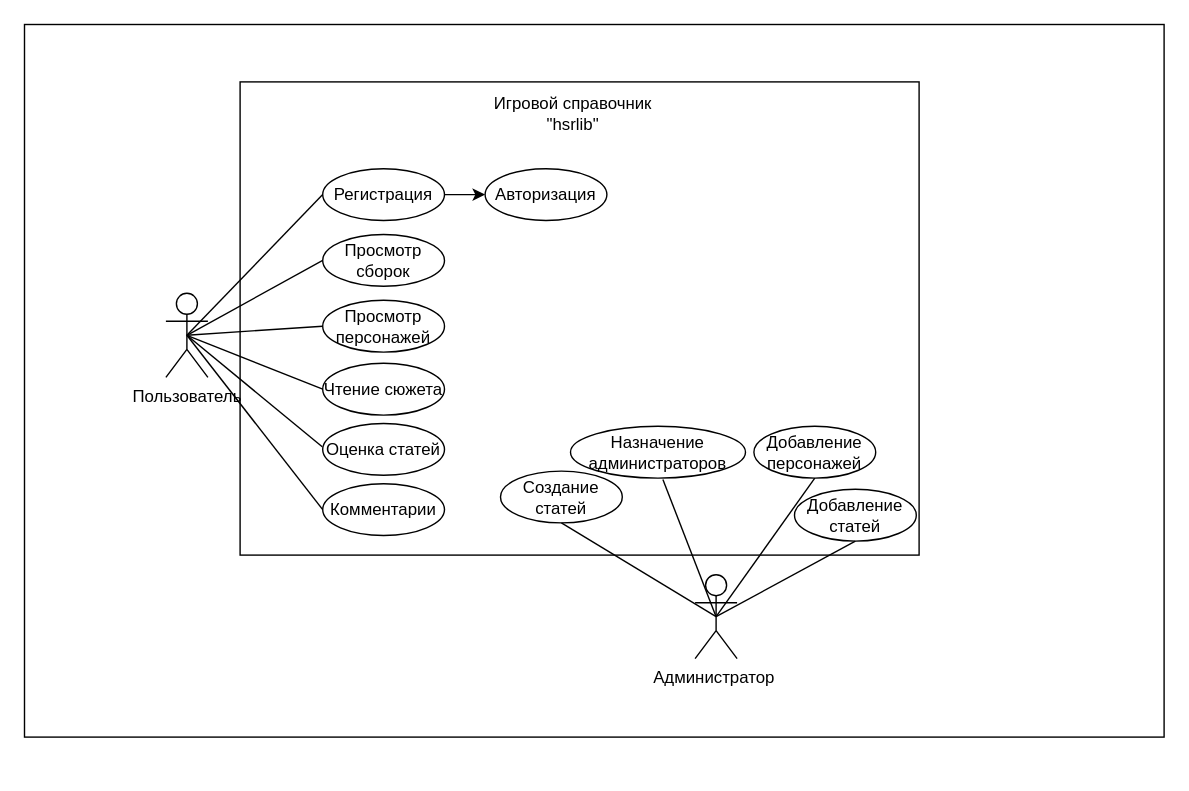
This is преенденты.drawio from Tunez666/hsr, a draw.io file, before an edit. Source tidied: cells renumbered, new cells numbered last; positions are measured from the earlier drawing's top-left corner, leaving out a move shared by most shapes. Both pictures are drawn from the tidied source at 140%, with x=0, y=0 at pixel (24, 24).
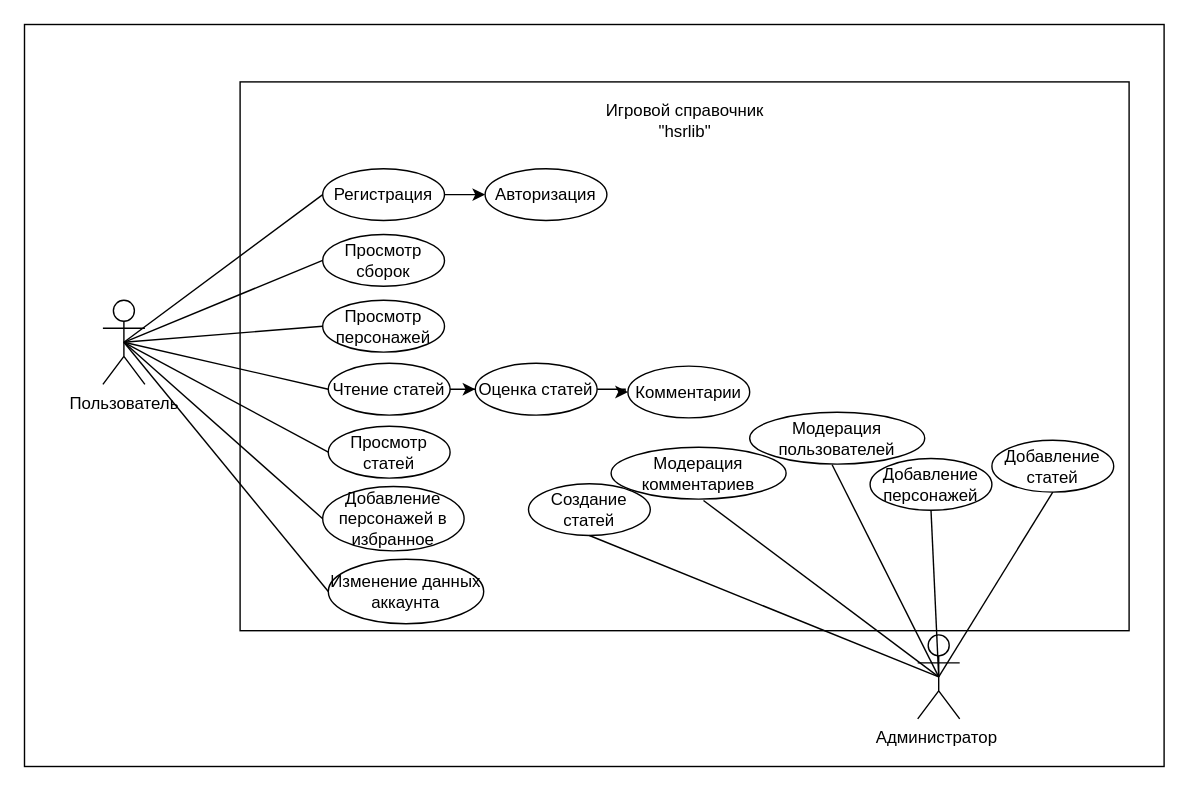
After the change.

What changed in the source:
```diff
@@
     <mxCell id="2" style="rounded=0;whiteSpace=wrap;html=1;" parent="1" vertex="1">
-      <mxGeometry width="814" height="509" as="geometry" />
+      <mxGeometry width="814" height="530" as="geometry" />
     </mxCell>
     <mxCell id="3" style="rounded=0;whiteSpace=wrap;html=1;" parent="1" vertex="1">
-      <mxGeometry x="154" y="41" width="485" height="338" as="geometry" />
+      <mxGeometry x="154" y="41" width="635" height="392" as="geometry" />
     </mxCell>
     <mxCell id="4" value="Игровой справочник &quot;hsrlib&quot;" style="text;html=1;whiteSpace=wrap;strokeColor=none;fillColor=none;align=center;verticalAlign=middle;rounded=0;" parent="1" vertex="1">
-      <mxGeometry x="325" y="41" width="134" height="46" as="geometry" />
+      <mxGeometry x="404.5" y="46" width="134" height="46" as="geometry" />
     </mxCell>
     <mxCell id="5" value="Пользователь" style="shape=umlActor;verticalLabelPosition=bottom;verticalAlign=top;html=1;outlineConnect=0;" parent="1" vertex="1">
-      <mxGeometry x="101" y="192" width="30" height="60" as="geometry" />
+      <mxGeometry x="56" y="197" width="30" height="60" as="geometry" />
     </mxCell>
     <mxCell id="6" value="Администратор&amp;nbsp;" style="shape=umlActor;verticalLabelPosition=bottom;verticalAlign=top;html=1;outlineConnect=0;" parent="1" vertex="1">
-      <mxGeometry x="479" y="393" width="30" height="60" as="geometry" />
+      <mxGeometry x="638" y="436" width="30" height="60" as="geometry" />
     </mxCell>
@@
+    <mxCell id="29" style="edgeStyle=orthogonalEdgeStyle;rounded=0;jettySize=auto;html=1;entryX=0;entryY=0.5;entryDx=0;entryDy=0;" parent="1" edge="1" source="12" target="13">
+      <mxGeometry relative="1" as="geometry" />
+    </mxCell>
-    <mxCell id="12" value="Чтение сюжета" style="ellipse;whiteSpace=wrap;html=1;" parent="1" vertex="1">
-      <mxGeometry x="213" y="242" width="87" height="37" as="geometry" />
+    <mxCell id="12" value="Чтение статей" style="ellipse;whiteSpace=wrap;html=1;" parent="1" vertex="1">
+      <mxGeometry x="217" y="242" width="87" height="37" as="geometry" />
     </mxCell>
+    <mxCell id="30" style="edgeStyle=orthogonalEdgeStyle;rounded=0;jettySize=auto;html=1;entryX=0;entryY=0.5;entryDx=0;entryDy=0;" parent="1" edge="1" source="13" target="14">
+      <mxGeometry relative="1" as="geometry" />
+    </mxCell>
     <mxCell id="13" value="Оценка статей" style="ellipse;whiteSpace=wrap;html=1;" parent="1" vertex="1">
-      <mxGeometry x="213" y="285" width="87" height="37" as="geometry" />
+      <mxGeometry x="322" y="242" width="87" height="37" as="geometry" />
     </mxCell>
     <mxCell id="14" value="Комментарии" style="ellipse;whiteSpace=wrap;html=1;" parent="1" vertex="1">
-      <mxGeometry x="213" y="328" width="87" height="37" as="geometry" />
+      <mxGeometry x="431" y="244" width="87" height="37" as="geometry" />
     </mxCell>
@@
-    <mxCell id="19" style="endArrow=none;html=1;rounded=0;exitX=0.5;exitY=0.5;exitDx=0;exitDy=0;exitPerimeter=0;entryX=-0.004;entryY=0.45;entryDx=0;entryDy=0;entryPerimeter=0;" parent="1" edge="1" source="5" target="13">
-      <mxGeometry relative="1" as="geometry" />
-    </mxCell>
-    <mxCell id="20" style="endArrow=none;html=1;rounded=0;exitX=0.5;exitY=0.5;exitDx=0;exitDy=0;exitPerimeter=0;entryX=0;entryY=0.5;entryDx=0;entryDy=0;" parent="1" edge="1" source="5" target="14">
-      <mxGeometry relative="1" as="geometry" />
-    </mxCell>
-    <mxCell id="21" value="Назначение администраторов" style="ellipse;whiteSpace=wrap;html=1;" parent="1" vertex="1">
-      <mxGeometry x="390" y="287" width="125" height="37" as="geometry" />
+    <mxCell id="21" value="Модерация комментариев" style="ellipse;whiteSpace=wrap;html=1;" parent="1" vertex="1">
+      <mxGeometry x="419" y="302" width="125" height="37" as="geometry" />
     </mxCell>
     <mxCell id="22" value="Создание статей" style="ellipse;whiteSpace=wrap;html=1;" parent="1" vertex="1">
-      <mxGeometry x="340" y="319" width="87" height="37" as="geometry" />
+      <mxGeometry x="360" y="328" width="87" height="37" as="geometry" />
     </mxCell>
     <mxCell id="23" value="Добавление персонажей" style="ellipse;whiteSpace=wrap;html=1;" parent="1" vertex="1">
-      <mxGeometry x="521" y="287" width="87" height="37" as="geometry" />
+      <mxGeometry x="604" y="310" width="87" height="37" as="geometry" />
     </mxCell>
     <mxCell id="24" value="Добавление статей" style="ellipse;whiteSpace=wrap;html=1;" parent="1" vertex="1">
-      <mxGeometry x="550" y="332" width="87" height="37" as="geometry" />
+      <mxGeometry x="691" y="297" width="87" height="37" as="geometry" />
     </mxCell>
@@
-    <mxCell id="28" style="endArrow=none;html=1;rounded=0;entryX=0.5;entryY=1;entryDx=0;entryDy=0;" parent="1" edge="1" target="24">
-      <mxGeometry relative="1" as="geometry">
-        <mxPoint x="494" y="423" as="sourcePoint" />
-      </mxGeometry>
+    <mxCell id="28" style="endArrow=none;html=1;rounded=0;entryX=0.5;entryY=1;entryDx=0;entryDy=0;exitX=0.5;exitY=0.5;exitDx=0;exitDy=0;exitPerimeter=0;" parent="1" edge="1" source="6" target="24">
+      <mxGeometry relative="1" as="geometry" />
     </mxCell>
+    <mxCell id="31" value="Модерация пользователей" style="ellipse;whiteSpace=wrap;html=1;" parent="1" vertex="1">
+      <mxGeometry x="518" y="277" width="125" height="37" as="geometry" />
+    </mxCell>
+    <mxCell id="32" style="endArrow=none;html=1;rounded=0;entryX=0.471;entryY=1.012;entryDx=0;entryDy=0;entryPerimeter=0;exitX=0.5;exitY=0.5;exitDx=0;exitDy=0;exitPerimeter=0;" parent="1" edge="1" source="6" target="31">
+      <mxGeometry relative="1" as="geometry" />
+    </mxCell>
+    <mxCell id="33" value="Просмотр статей" style="ellipse;whiteSpace=wrap;html=1;" parent="1" vertex="1">
+      <mxGeometry x="217" y="287" width="87" height="37" as="geometry" />
+    </mxCell>
+    <mxCell id="34" style="endArrow=none;html=1;rounded=0;exitX=0.5;exitY=0.5;exitDx=0;exitDy=0;exitPerimeter=0;entryX=0;entryY=0.5;entryDx=0;entryDy=0;" parent="1" edge="1" source="5" target="33">
+      <mxGeometry relative="1" as="geometry" />
+    </mxCell>
+    <mxCell id="35" value="Добавление персонажей в избранное" style="ellipse;whiteSpace=wrap;html=1;" parent="1" vertex="1">
+      <mxGeometry x="213" y="330" width="101" height="46" as="geometry" />
+    </mxCell>
+    <mxCell id="36" style="endArrow=none;html=1;rounded=0;exitX=0.5;exitY=0.5;exitDx=0;exitDy=0;exitPerimeter=0;entryX=0;entryY=0.5;entryDx=0;entryDy=0;" parent="1" edge="1" source="5" target="35">
+      <mxGeometry relative="1" as="geometry" />
+    </mxCell>
+    <mxCell id="37" value="Изменение данных аккаунта" style="ellipse;whiteSpace=wrap;html=1;" parent="1" vertex="1">
+      <mxGeometry x="217" y="382" width="111" height="46" as="geometry" />
+    </mxCell>
+    <mxCell id="38" style="endArrow=none;html=1;rounded=0;exitX=0.5;exitY=0.5;exitDx=0;exitDy=0;exitPerimeter=0;entryX=0;entryY=0.5;entryDx=0;entryDy=0;" parent="1" edge="1" source="5" target="37">
+      <mxGeometry relative="1" as="geometry" />
+    </mxCell>
```
